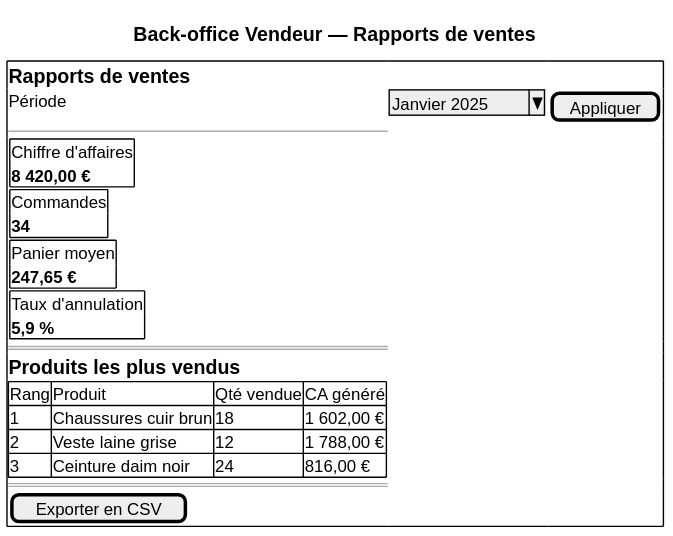
Above: architecture/04-physical-architecture/diagrams/ihm-bov-rapports.svg in louistalvande/online_shop (PlantUML), before the change. The source it was exported from:
```plantuml
@startsalt
title Back-office Vendeur — Rapports de ventes

{+
  == Rapports de ventes
  Période | ^Janvier 2025^  | [Appliquer]
  --
  {
    {+
      Chiffre d'affaires
      **8 420,00 €**
    }
    |
    {+
      Commandes
      **34**
    }
    |
    {+
      Panier moyen
      **247,65 €**
    }
    |
    {+
      Taux d'annulation
      **5,9 %**
    }
  }
  ==
  == Produits les plus vendus
  {#
    Rang | Produit              | Qté vendue | CA généré
    1    | Chaussures cuir brun | 18         | 1 602,00 €
    2    | Veste laine grise    | 12         | 1 788,00 €
    3    | Ceinture daim noir   | 24         | 816,00 €
  }
  ==
  [Exporter en CSV]
}
@endsalt
```
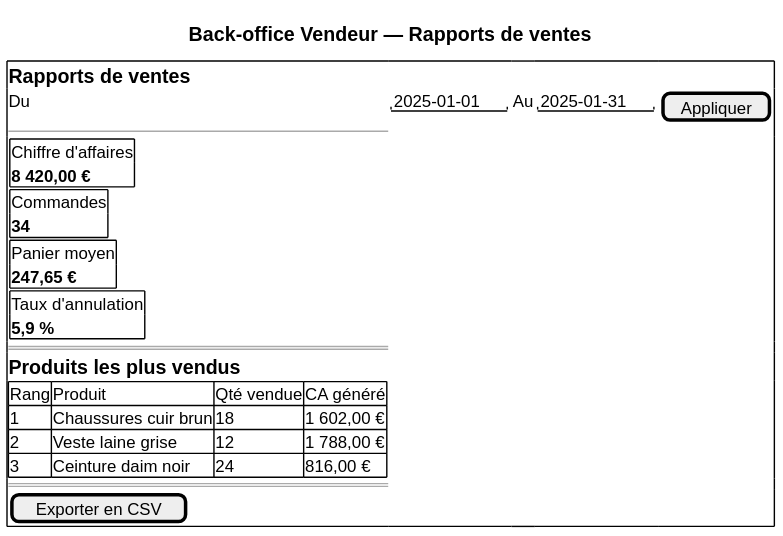
Later version of the same file.

Diff of the diagram source:
```diff
@@ -1,9 +1,10 @@
-@startsalt
+@startuml
+salt
 title Back-office Vendeur — Rapports de ventes
 
 {+
   == Rapports de ventes
-  Période | ^Janvier 2025^  | [Appliquer]
+  Du | "2025-01-01" | Au | "2025-01-31" | [Appliquer]
   --
   {
     {+
@@ -37,4 +38,4 @@
   ==
   [Exporter en CSV]
 }
-@endsalt
+@enduml
```
